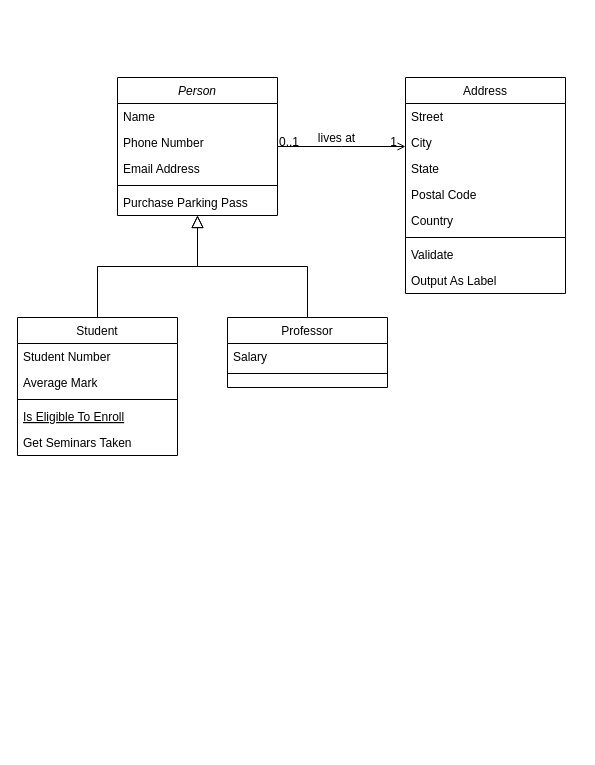
Before: 预言机方案跨链协议.drawio in CamilleZxt/asset, a draw.io diagram. Source tidied: cells renumbered, new cells numbered last; positions are measured from the earlier drawing's top-left corner, leaving out a move shared by most shapes. Both pictures are drawn from the tidied source at 100%, with x=0, y=0 at pixel (17, 77).
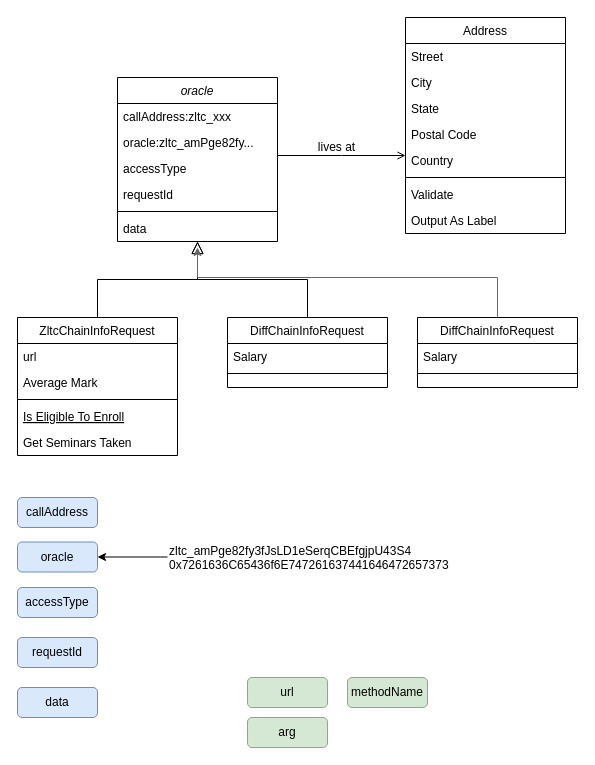
After the change.

Commit message (it also covers changes not shown here):
更新预言机方案跨链协议.drawio

The change refers to these unchanged cells:
```xml
<mxCell id="28" style="endArrow=open;shadow=0;strokeWidth=1;rounded=0;endFill=1;edgeStyle=elbowEdgeStyle;elbow=vertical;" parent="1" edge="1" source="2" target="19">
  <mxGeometry x="0.5" y="41" relative="1" as="geometry">
    <mxPoint x="-40" y="32" as="offset" />
  </mxGeometry>
</mxCell>
```

Change to the diagram source:
```diff
@@
-    <mxCell id="2" value="Person" style="swimlane;fontStyle=2;align=center;verticalAlign=top;horizontal=1;startSize=26;rounded=0;shadow=0;strokeWidth=1;" parent="1" vertex="1">
-      <mxGeometry x="100" width="160" height="138" as="geometry" />
+    <mxCell id="2" value="oracle" style="swimlane;fontStyle=2;align=center;verticalAlign=top;horizontal=1;startSize=26;rounded=0;shadow=0;strokeWidth=1;" parent="1" vertex="1">
+      <mxGeometry x="100" width="160" height="164" as="geometry" />
     </mxCell>
-    <mxCell id="3" value="Name" style="text;align=left;verticalAlign=top;spacingLeft=4;spacingRight=4;overflow=hidden;" parent="2" vertex="1">
+    <mxCell id="3" value="callAddress:zltc_xxx" style="text;align=left;verticalAlign=top;spacingLeft=4;spacingRight=4;overflow=hidden;" parent="2" vertex="1">
       <mxGeometry y="26" width="160" height="26" as="geometry" />
     </mxCell>
-    <mxCell id="4" value="Phone Number" style="text;align=left;verticalAlign=top;spacingLeft=4;spacingRight=4;overflow=hidden;rounded=0;shadow=0;html=0;" parent="2" vertex="1">
+    <mxCell id="4" value="oracle:zltc_amPge82fy..." style="text;align=left;verticalAlign=top;spacingLeft=4;spacingRight=4;overflow=hidden;rounded=0;shadow=0;html=0;" parent="2" vertex="1">
       <mxGeometry y="52" width="160" height="26" as="geometry" />
     </mxCell>
-    <mxCell id="5" value="Email Address" style="text;align=left;verticalAlign=top;spacingLeft=4;spacingRight=4;overflow=hidden;rounded=0;shadow=0;html=0;" parent="2" vertex="1">
+    <mxCell id="5" value="accessType" style="text;align=left;verticalAlign=top;spacingLeft=4;spacingRight=4;overflow=hidden;rounded=0;shadow=0;html=0;" parent="2" vertex="1">
       <mxGeometry y="78" width="160" height="26" as="geometry" />
     </mxCell>
+    <mxCell id="32" value="requestId" style="text;align=left;verticalAlign=top;spacingLeft=4;spacingRight=4;overflow=hidden;rounded=0;shadow=0;html=0;" parent="2" vertex="1">
+      <mxGeometry y="104" width="160" height="26" as="geometry" />
+    </mxCell>
     <mxCell id="6" style="line;html=1;strokeWidth=1;align=left;verticalAlign=middle;spacingTop=-1;spacingLeft=3;spacingRight=3;labelPosition=right;" parent="2" vertex="1">
-      <mxGeometry y="104" width="160" height="8" as="geometry" />
+      <mxGeometry y="130" width="160" height="8" as="geometry" />
     </mxCell>
-    <mxCell id="7" value="Purchase Parking Pass" style="text;align=left;verticalAlign=top;spacingLeft=4;spacingRight=4;overflow=hidden;" parent="2" vertex="1">
-      <mxGeometry y="112" width="160" height="26" as="geometry" />
+    <mxCell id="7" value="data" style="text;align=left;verticalAlign=top;spacingLeft=4;spacingRight=4;overflow=hidden;" parent="2" vertex="1">
+      <mxGeometry y="138" width="160" height="26" as="geometry" />
     </mxCell>
-    <mxCell id="8" value="Student" style="swimlane;fontStyle=0;align=center;verticalAlign=top;horizontal=1;startSize=26;rounded=0;shadow=0;strokeWidth=1;" parent="1" vertex="1">
+    <mxCell id="8" value="ZltcChainInfoRequest" style="swimlane;fontStyle=0;align=center;verticalAlign=top;horizontal=1;startSize=26;rounded=0;shadow=0;strokeWidth=1;labelBackgroundColor=none;fontColor=default;" parent="1" vertex="1">
       <mxGeometry y="240" width="160" height="138" as="geometry" />
     </mxCell>
-    <mxCell id="9" value="Student Number" style="text;align=left;verticalAlign=top;spacingLeft=4;spacingRight=4;overflow=hidden;" parent="8" vertex="1">
+    <mxCell id="9" value="url" style="text;align=left;verticalAlign=top;spacingLeft=4;spacingRight=4;overflow=hidden;" parent="8" vertex="1">
       <mxGeometry y="26" width="160" height="26" as="geometry" />
     </mxCell>
@@
-    <mxCell id="15" value="Professor" style="swimlane;fontStyle=0;align=center;verticalAlign=top;horizontal=1;startSize=26;rounded=0;shadow=0;strokeWidth=1;" parent="1" vertex="1">
+    <mxCell id="15" value="DiffChainInfoRequest" style="swimlane;fontStyle=0;align=center;verticalAlign=top;horizontal=1;startSize=26;rounded=0;shadow=0;strokeWidth=1;" parent="1" vertex="1">
       <mxGeometry x="210" y="240" width="160" height="70" as="geometry" />
     </mxCell>
@@
     <mxCell id="19" value="Address" style="swimlane;fontStyle=0;align=center;verticalAlign=top;horizontal=1;startSize=26;rounded=0;shadow=0;strokeWidth=1;" parent="1" vertex="1">
-      <mxGeometry x="388" width="160" height="216" as="geometry" />
+      <mxGeometry x="388" y="-60" width="160" height="216" as="geometry" />
     </mxCell>
@@
-    <mxCell id="29" value="0..1" style="align=left;verticalAlign=bottom;labelBackgroundColor=none;fontSize=12;" parent="28" vertex="1">
-      <mxGeometry x="-1" relative="1" as="geometry">
-        <mxPoint y="4" as="offset" />
-      </mxGeometry>
-    </mxCell>
-    <mxCell id="30" value="1" style="align=right;verticalAlign=bottom;labelBackgroundColor=none;fontSize=12;" parent="28" vertex="1">
-      <mxGeometry x="1" relative="1" as="geometry">
-        <mxPoint x="-7" y="4" as="offset" />
-      </mxGeometry>
-    </mxCell>
@@
+    <mxCell id="33" style="edgeStyle=orthogonalEdgeStyle;rounded=0;jettySize=auto;html=1;fontColor=default;exitX=0.5;exitY=0;exitDx=0;exitDy=0;fillColor=#f5f5f5;strokeColor=#666666;" parent="1" edge="1" source="34">
+      <mxGeometry relative="1" as="geometry">
+        <mxPoint x="180" y="170" as="targetPoint" />
+        <Array as="points">
+          <mxPoint x="480" y="200" />
+          <mxPoint x="180" y="200" />
+        </Array>
+      </mxGeometry>
+    </mxCell>
+    <mxCell id="34" value="DiffChainInfoRequest" style="swimlane;fontStyle=0;align=center;verticalAlign=top;horizontal=1;startSize=26;rounded=0;shadow=0;strokeWidth=1;" parent="1" vertex="1">
+      <mxGeometry x="400" y="240" width="160" height="70" as="geometry" />
+    </mxCell>
+    <mxCell id="35" value="Salary" style="text;align=left;verticalAlign=top;spacingLeft=4;spacingRight=4;overflow=hidden;" parent="34" vertex="1">
+      <mxGeometry y="26" width="160" height="26" as="geometry" />
+    </mxCell>
+    <mxCell id="36" style="line;html=1;strokeWidth=1;align=left;verticalAlign=middle;spacingTop=-1;spacingLeft=3;spacingRight=3;labelPosition=right;" parent="34" vertex="1">
+      <mxGeometry y="52" width="160" height="8" as="geometry" />
+    </mxCell>
+    <mxCell id="37" value="&lt;span style=&quot;text-align: left;&quot;&gt;callAddress&lt;/span&gt;" style="rounded=1;whiteSpace=wrap;html=1;labelBackgroundColor=none;fillColor=#dae8fc;strokeColor=#6c8ebf;" parent="1" vertex="1">
+      <mxGeometry y="420" width="80" height="30" as="geometry" />
+    </mxCell>
+    <mxCell id="38" value="&lt;span style=&quot;text-align: left;&quot;&gt;oracle&lt;/span&gt;" style="rounded=1;whiteSpace=wrap;html=1;labelBackgroundColor=none;fillColor=#dae8fc;strokeColor=#6c8ebf;" parent="1" vertex="1">
+      <mxGeometry y="464.5" width="80" height="30" as="geometry" />
+    </mxCell>
+    <mxCell id="39" value="&lt;span style=&quot;text-align: left;&quot;&gt;accessType&lt;/span&gt;" style="rounded=1;whiteSpace=wrap;html=1;labelBackgroundColor=none;fillColor=#dae8fc;strokeColor=#6c8ebf;" parent="1" vertex="1">
+      <mxGeometry y="510" width="80" height="30" as="geometry" />
+    </mxCell>
+    <mxCell id="40" value="&lt;span style=&quot;text-align: left;&quot;&gt;requestId&lt;/span&gt;" style="rounded=1;whiteSpace=wrap;html=1;labelBackgroundColor=none;fillColor=#dae8fc;strokeColor=#6c8ebf;" parent="1" vertex="1">
+      <mxGeometry y="560" width="80" height="30" as="geometry" />
+    </mxCell>
+    <mxCell id="41" value="&lt;span style=&quot;text-align: left;&quot;&gt;data&lt;/span&gt;" style="rounded=1;whiteSpace=wrap;html=1;labelBackgroundColor=none;fillColor=#dae8fc;strokeColor=#6c8ebf;" parent="1" vertex="1">
+      <mxGeometry y="610" width="80" height="30" as="geometry" />
+    </mxCell>
+    <mxCell id="42" style="edgeStyle=orthogonalEdgeStyle;rounded=0;jettySize=auto;html=1;exitX=0;exitY=0.5;exitDx=0;exitDy=0;entryX=1;entryY=0.5;entryDx=0;entryDy=0;fontColor=default;" parent="1" edge="1" source="43" target="38">
+      <mxGeometry relative="1" as="geometry" />
+    </mxCell>
+    <mxCell id="43" value="zltc_amPge82fy3fJsLD1eSerqCBEfgjpU43S4&lt;br&gt;0x7261636C65436f6E747261637441646472657373" style="text;whiteSpace=wrap;html=1;fontColor=default;" parent="1" vertex="1">
+      <mxGeometry x="150" y="459.5" width="280" height="40" as="geometry" />
+    </mxCell>
+    <mxCell id="44" value="&lt;span style=&quot;text-align: left;&quot;&gt;url&lt;/span&gt;" style="rounded=1;whiteSpace=wrap;html=1;labelBackgroundColor=none;fillColor=#d5e8d4;strokeColor=#82b366;" parent="1" vertex="1">
+      <mxGeometry x="230" y="600" width="80" height="30" as="geometry" />
+    </mxCell>
+    <mxCell id="45" value="&lt;span style=&quot;text-align: left;&quot;&gt;methodName&lt;/span&gt;" style="rounded=1;whiteSpace=wrap;html=1;labelBackgroundColor=none;fillColor=#d5e8d4;strokeColor=#82b366;" parent="1" vertex="1">
+      <mxGeometry x="330" y="600" width="80" height="30" as="geometry" />
+    </mxCell>
+    <mxCell id="46" value="&lt;span style=&quot;text-align: left;&quot;&gt;arg&lt;/span&gt;" style="rounded=1;whiteSpace=wrap;html=1;labelBackgroundColor=none;fillColor=#d5e8d4;strokeColor=#82b366;" parent="1" vertex="1">
+      <mxGeometry x="230" y="640" width="80" height="30" as="geometry" />
+    </mxCell>
```
